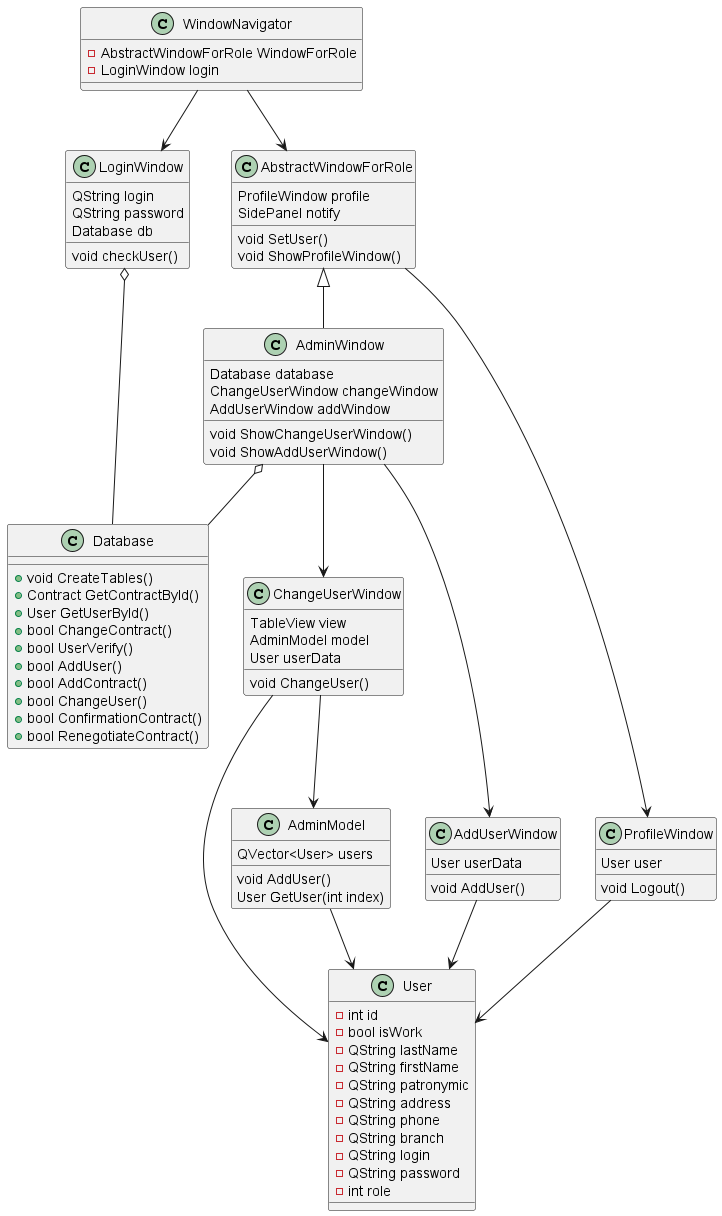
The PlantUML diagram out/Resource/Диаграмма классов/Админ.png in MiFit1/OSOGO, before a commit.
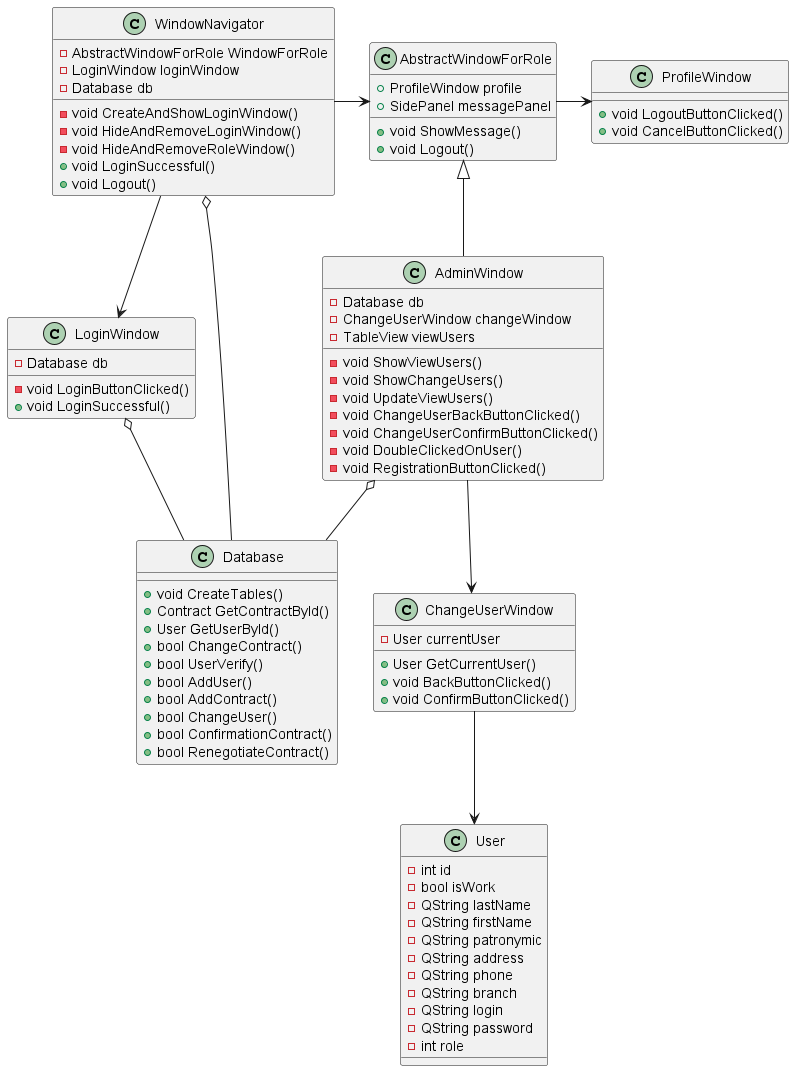
The same file after the commit.

Diff of the diagram source:
```diff
@@ -14,39 +14,39 @@
 }
 
 class ProfileWindow{
-   User user
-   void Logout()
+   +void LogoutButtonClicked()
+   +void CancelButtonClicked()
 }
 
 class  LoginWindow{
-   QString login
-   QString password
-   Database db
-   void checkUser()
-}
-
-class AddUserWindow{
-   User userData
-   void AddUser()
+   -Database db
+   -void LoginButtonClicked()
+   +void LoginSuccessful()
 }
 
 class ChangeUserWindow{
-   TableView view
-   AdminModel model
-   User userData
-   void ChangeUser()
+   -User currentUser
+   +User GetCurrentUser()
+   +void BackButtonClicked()
+   +void ConfirmButtonClicked()
 }
 
 class AbstractWindowForRole{
-   ProfileWindow profile
-   SidePanel notify
-   void SetUser()
-   void ShowProfileWindow()
+   +ProfileWindow profile
+   +SidePanel messagePanel
+   +void ShowMessage()
+   +void Logout()
 }
 
 class WindowNavigator{
    -AbstractWindowForRole WindowForRole
-   -LoginWindow login
+   -LoginWindow loginWindow
+   -Database db
+   -void CreateAndShowLoginWindow()
+   -void HideAndRemoveLoginWindow()
+   -void HideAndRemoveRoleWindow()
+   +void LoginSuccessful()
+   +void Logout()
 }
 
 class Database {
@@ -63,33 +63,26 @@
 }
 
 class AdminWindow{
-   Database database
-   ChangeUserWindow changeWindow
-   AddUserWindow addWindow
-   void ShowChangeUserWindow()
-   void ShowAddUserWindow()
-}
-
-class AdminModel{
-   QVector<User> users
-   void AddUser()
-   User GetUser(int index)
+   -Database db
+   -ChangeUserWindow changeWindow
+   -TableView viewUsers
+   -void ShowViewUsers()
+   -void ShowChangeUsers()
+   -void UpdateViewUsers()
+   -void ChangeUserBackButtonClicked()
+   -void ChangeUserConfirmButtonClicked()
+   -void DoubleClickedOnUser()
+   -void RegistrationButtonClicked()
 }
 
 AbstractWindowForRole <|-- AdminWindow
 AdminWindow o-- Database
-WindowNavigator --> AbstractWindowForRole
+WindowNavigator o-- Database
+WindowNavigator -r-> AbstractWindowForRole
 WindowNavigator --> LoginWindow
-AdminWindow --> AddUserWindow
 AdminWindow --> ChangeUserWindow
-
-AbstractWindowForRole --> ProfileWindow
-AdminModel --> User
-ProfileWindow --> User
-
-AddUserWindow --> User
+AbstractWindowForRole -r-> ProfileWindow
 ChangeUserWindow --> User
-ChangeUserWindow --> AdminModel
 
 LoginWindow o-- Database
 
```
